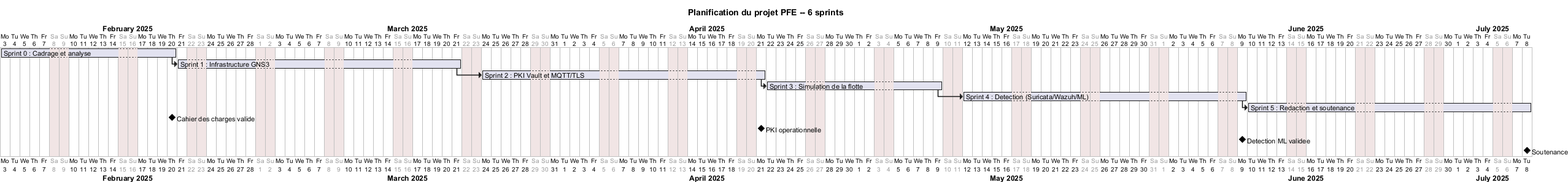
The PlantUML diagram documentation/rapport3/diagrams/diag-gantt.png in AmineGhannouchi/PFE-IoT-Security-TT, before a commit.
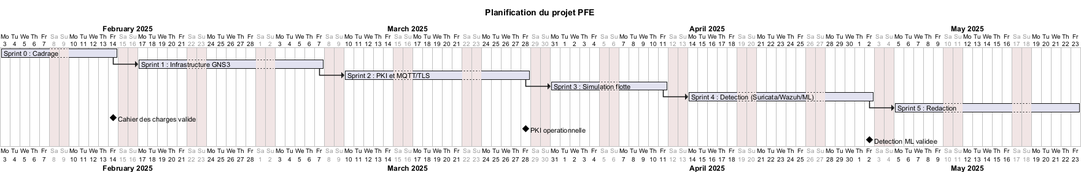
The same diagram one commit later.

Commit message:
Update project documentation with multilingual summaries and revised Gantt chart

What changed in the source:
```diff
@@ -1,25 +1,24 @@
 @startgantt
-title Planification du projet PFE -- 6 sprints
+title Planification du projet PFE
 project starts 2025-02-03
 saturday are closed
 sunday are closed
 
-[Sprint 0 : Cadrage et analyse] lasts 14 days
-[Sprint 1 : Infrastructure GNS3] lasts 21 days
-[Sprint 2 : PKI Vault et MQTT/TLS] lasts 21 days
-[Sprint 3 : Simulation de la flotte] lasts 14 days
-[Sprint 4 : Detection (Suricata/Wazuh/ML)] lasts 21 days
-[Sprint 5 : Redaction et soutenance] lasts 21 days
+[Sprint 0 : Cadrage] lasts 10 days
+[Sprint 1 : Infrastructure GNS3] lasts 15 days
+[Sprint 2 : PKI et MQTT/TLS] lasts 15 days
+[Sprint 3 : Simulation flotte] lasts 10 days
+[Sprint 4 : Detection (Suricata/Wazuh/ML)] lasts 15 days
+[Sprint 5 : Redaction] lasts 15 days
 
-[Sprint 1 : Infrastructure GNS3] starts at [Sprint 0 : Cadrage et analyse]'s end
-[Sprint 2 : PKI Vault et MQTT/TLS] starts at [Sprint 1 : Infrastructure GNS3]'s end
-[Sprint 3 : Simulation de la flotte] starts at [Sprint 2 : PKI Vault et MQTT/TLS]'s end
-[Sprint 4 : Detection (Suricata/Wazuh/ML)] starts at [Sprint 3 : Simulation de la flotte]'s end
-[Sprint 5 : Redaction et soutenance] starts at [Sprint 4 : Detection (Suricata/Wazuh/ML)]'s end
+[Sprint 1 : Infrastructure GNS3] starts at [Sprint 0 : Cadrage]'s end
+[Sprint 2 : PKI et MQTT/TLS] starts at [Sprint 1 : Infrastructure GNS3]'s end
+[Sprint 3 : Simulation flotte] starts at [Sprint 2 : PKI et MQTT/TLS]'s end
+[Sprint 4 : Detection (Suricata/Wazuh/ML)] starts at [Sprint 3 : Simulation flotte]'s end
+[Sprint 5 : Redaction] starts at [Sprint 4 : Detection (Suricata/Wazuh/ML)]'s end
 
-[Cahier des charges valide] happens at [Sprint 0 : Cadrage et analyse]'s end
-[PKI operationnelle] happens at [Sprint 2 : PKI Vault et MQTT/TLS]'s end
+[Cahier des charges valide] happens at [Sprint 0 : Cadrage]'s end
+[PKI operationnelle] happens at [Sprint 2 : PKI et MQTT/TLS]'s end
 [Detection ML validee] happens at [Sprint 4 : Detection (Suricata/Wazuh/ML)]'s end
-[Soutenance] happens at [Sprint 5 : Redaction et soutenance]'s end
 
 @endgantt
```
